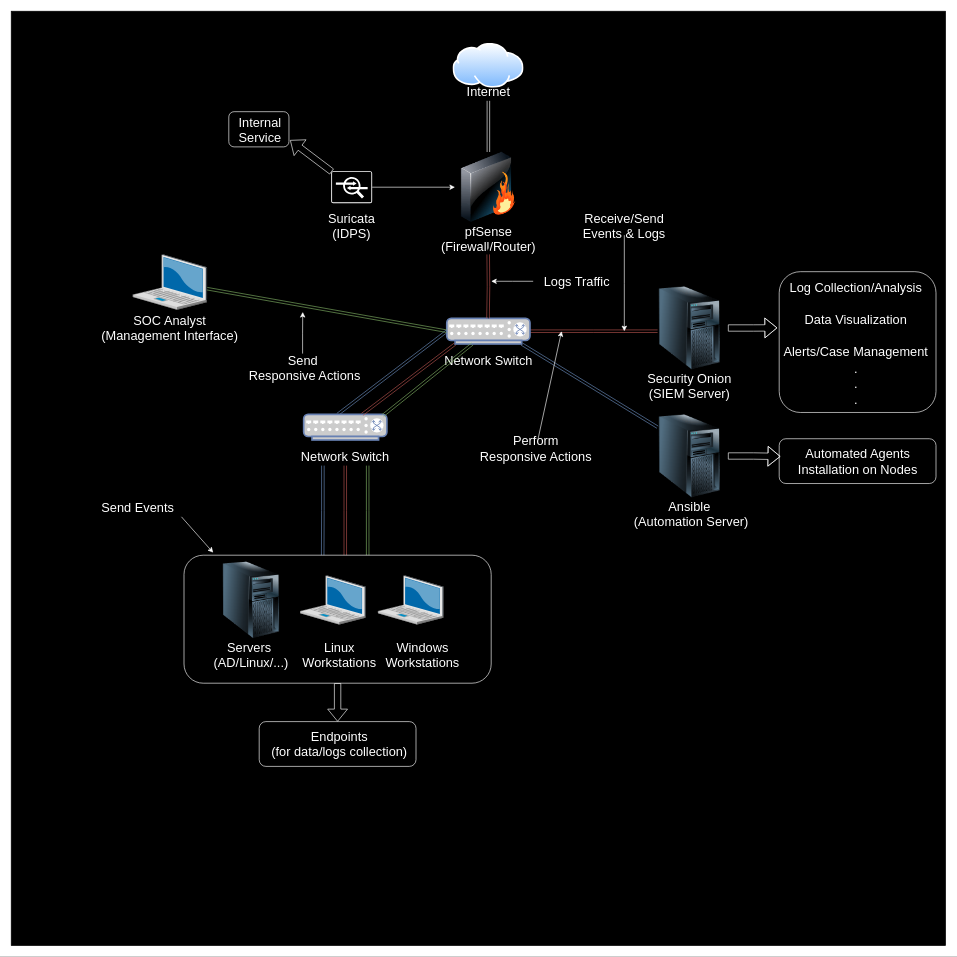
nattycoder/LearnHub-Connect keeps this draw.io diagram as assets/NetworkDiagramSO.drawio. Above is the earlier version. Source tidied: cells renumbered, new cells numbered last; positions are measured from the earlier drawing's top-left corner, leaving out a move shared by most shapes. Both pictures are drawn from the tidied source at 64%, with x=0, y=0 at pixel (11, 11).
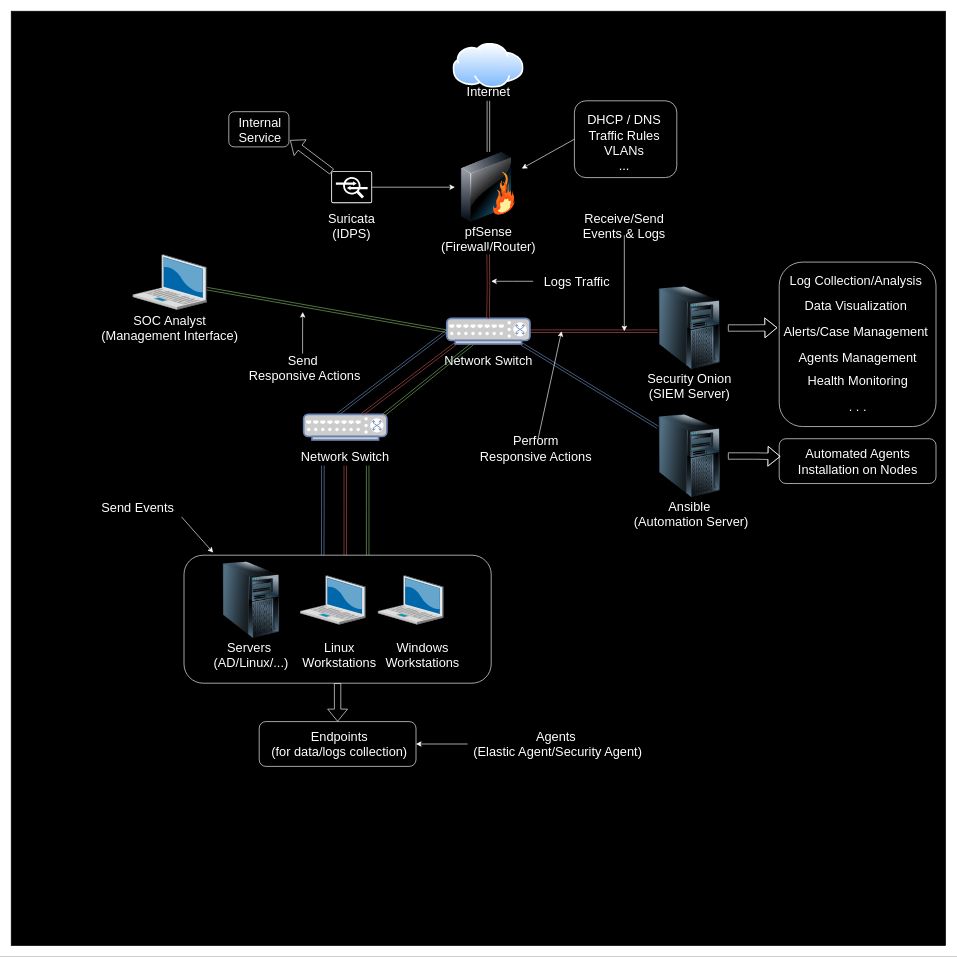
After the change.

Unchanged cells that the change refers to:
```xml
<mxCell id="7" style="image;html=1;image=img/lib/clip_art/networking/Firewall_128x128.png;" parent="6" vertex="1">
  <mxGeometry x="35.6" width="104.4" height="110" as="geometry" />
</mxCell>
<mxCell id="64" style="rounded=1;whiteSpace=wrap;html=1;fillColor=none;strokeColor=#FFFFFF;" parent="1" vertex="1">
  <mxGeometry x="387.5" y="1110" width="245" height="70" as="geometry" />
</mxCell>
```

Diff of the diagram source:
```diff
@@
-    <mxCell id="49" style="group;" parent="1" vertex="1">
-      <mxGeometry x="500" y="250" width="64" height="100" as="geometry" />
-    </mxCell>
-    <mxCell id="50" style="sketch=0;points=[[0.015,0.015,0],[0.985,0.015,0],[0.985,0.985,0],[0.015,0.985,0],[0.25,0,0],[0.5,0,0],[0.75,0,0],[1,0.25,0],[1,0.5,0],[1,0.75,0],[0.75,1,0],[0.5,1,0],[0.25,1,0],[0,0.75,0],[0,0.5,0],[0,0.25,0]];verticalLabelPosition=bottom;html=1;verticalAlign=top;align=center;shape=mxgraph.cisco19.rect;prIcon=ips_ids;fillColor=none;strokeColor=#FFFFFF;" parent="49" vertex="1">
-      <mxGeometry width="64" height="50" as="geometry" />
-    </mxCell>
-    <mxCell id="51" value="&lt;div&gt;&lt;font color=&quot;#ffffff&quot; style=&quot;font-size: 20px;&quot;&gt;Suricata&lt;/font&gt;&lt;/div&gt;&lt;div&gt;&lt;font color=&quot;#ffffff&quot; style=&quot;font-size: 20px;&quot;&gt;(IDPS)&lt;br&gt;&lt;/font&gt;&lt;/div&gt;" style="text;html=1;align=center;verticalAlign=middle;whiteSpace=wrap;rounded=0;" parent="49" vertex="1">
-      <mxGeometry x="2" y="70" width="60" height="30" as="geometry" />
-    </mxCell>
-    <mxCell id="52" style="rounded=0;jettySize=auto;html=1;exitX=0.015;exitY=0.015;exitDx=0;exitDy=0;exitPerimeter=0;entryX=0.961;entryY=0.736;entryDx=0;entryDy=0;entryPerimeter=0;shape=flexArrow;strokeColor=#FFFFFF;" parent="1" edge="1" source="50">
-      <mxGeometry relative="1" as="geometry">
-        <mxPoint x="435.8" y="201.5" as="targetPoint" />
-      </mxGeometry>
-    </mxCell>
     <mxCell id="53" style="group;" parent="1" vertex="1">
-      <mxGeometry x="1200" y="407" width="245" height="220" as="geometry" />
+      <mxGeometry x="1200" y="392" width="250" height="276" as="geometry" />
     </mxCell>
     <mxCell id="54" value="&lt;div&gt;&lt;font color=&quot;#ffffff&quot; style=&quot;font-size: 20px;&quot;&gt;Log Collection/Analysis&lt;br&gt;&lt;/font&gt;&lt;/div&gt;" style="text;html=1;align=center;verticalAlign=middle;whiteSpace=wrap;rounded=0;" parent="53" vertex="1">
-      <mxGeometry x="15" y="10" width="210" height="30" as="geometry" />
+      <mxGeometry x="15" y="11.7" width="210" height="35" as="geometry" />
     </mxCell>
     <mxCell id="55" value="&lt;div&gt;&lt;font color=&quot;#ffffff&quot; style=&quot;font-size: 20px;&quot;&gt;Data Visualization&lt;br&gt;&lt;/font&gt;&lt;/div&gt;" style="text;html=1;align=center;verticalAlign=middle;whiteSpace=wrap;rounded=0;" parent="53" vertex="1">
-      <mxGeometry x="15" y="60" width="210" height="30" as="geometry" />
+      <mxGeometry x="15" y="50" width="210" height="35" as="geometry" />
     </mxCell>
     <mxCell id="56" value="&lt;div&gt;&lt;font color=&quot;#ffffff&quot; style=&quot;font-size: 20px;&quot;&gt;Alerts/Case Management&lt;br&gt;&lt;/font&gt;&lt;/div&gt;" style="text;html=1;align=center;verticalAlign=middle;whiteSpace=wrap;rounded=0;" parent="53" vertex="1">
-      <mxGeometry x="5" y="110" width="230" height="30" as="geometry" />
+      <mxGeometry x="5" y="90" width="230" height="35" as="geometry" />
     </mxCell>
-    <mxCell id="57" value="&lt;div&gt;&lt;font color=&quot;#ffffff&quot; style=&quot;font-size: 20px;&quot;&gt;.&lt;/font&gt;&lt;/div&gt;&lt;div&gt;&lt;font color=&quot;#ffffff&quot; style=&quot;font-size: 20px;&quot;&gt;.&lt;/font&gt;&lt;/div&gt;&lt;div&gt;&lt;font color=&quot;#ffffff&quot; style=&quot;font-size: 20px;&quot;&gt;.&lt;br&gt;&lt;/font&gt;&lt;/div&gt;" style="text;html=1;align=center;verticalAlign=middle;whiteSpace=wrap;rounded=0;" parent="53" vertex="1">
-      <mxGeometry x="5" y="160" width="230" height="30" as="geometry" />
+    <mxCell id="57" value="&lt;div&gt;&lt;font color=&quot;#ffffff&quot; style=&quot;font-size: 20px;&quot;&gt;Agents Management&lt;/font&gt;&lt;/div&gt;" style="text;html=1;align=center;verticalAlign=middle;whiteSpace=wrap;rounded=0;" parent="53" vertex="1">
+      <mxGeometry x="7.5" y="130" width="230" height="35" as="geometry" />
     </mxCell>
+    <mxCell id="76" value="&lt;font color=&quot;#ffffff&quot; style=&quot;font-size: 20px;&quot;&gt;Health Monitoring&lt;/font&gt;" style="text;html=1;align=center;verticalAlign=middle;whiteSpace=wrap;rounded=0;" parent="53" vertex="1">
+      <mxGeometry x="32.5" y="170" width="180" height="30" as="geometry" />
+    </mxCell>
+    <mxCell id="77" value="&lt;font color=&quot;#ffffff&quot; style=&quot;font-size: 20px;&quot;&gt;. . .&lt;br&gt;&lt;/font&gt;" style="text;html=1;align=center;verticalAlign=middle;whiteSpace=wrap;rounded=0;" parent="53" vertex="1">
+      <mxGeometry x="32.5" y="210" width="180" height="30" as="geometry" />
+    </mxCell>
     <mxCell id="58" style="rounded=1;whiteSpace=wrap;html=1;fillColor=none;strokeColor=#FFFFFF;" parent="53" vertex="1">
-      <mxGeometry width="245" height="220" as="geometry" />
+      <mxGeometry width="245" height="257" as="geometry" />
     </mxCell>
+    <mxCell id="49" style="group;" parent="1" vertex="1">
+      <mxGeometry x="500" y="250" width="64" height="100" as="geometry" />
+    </mxCell>
+    <mxCell id="50" style="sketch=0;points=[[0.015,0.015,0],[0.985,0.015,0],[0.985,0.985,0],[0.015,0.985,0],[0.25,0,0],[0.5,0,0],[0.75,0,0],[1,0.25,0],[1,0.5,0],[1,0.75,0],[0.75,1,0],[0.5,1,0],[0.25,1,0],[0,0.75,0],[0,0.5,0],[0,0.25,0]];verticalLabelPosition=bottom;html=1;verticalAlign=top;align=center;shape=mxgraph.cisco19.rect;prIcon=ips_ids;fillColor=none;strokeColor=#FFFFFF;" parent="49" vertex="1">
+      <mxGeometry width="64" height="50" as="geometry" />
+    </mxCell>
+    <mxCell id="51" value="&lt;div&gt;&lt;font color=&quot;#ffffff&quot; style=&quot;font-size: 20px;&quot;&gt;Suricata&lt;/font&gt;&lt;/div&gt;&lt;div&gt;&lt;font color=&quot;#ffffff&quot; style=&quot;font-size: 20px;&quot;&gt;(IDPS)&lt;br&gt;&lt;/font&gt;&lt;/div&gt;" style="text;html=1;align=center;verticalAlign=middle;whiteSpace=wrap;rounded=0;" parent="49" vertex="1">
+      <mxGeometry x="2" y="70" width="60" height="30" as="geometry" />
+    </mxCell>
+    <mxCell id="52" style="rounded=0;jettySize=auto;html=1;exitX=0.015;exitY=0.015;exitDx=0;exitDy=0;exitPerimeter=0;entryX=0.961;entryY=0.736;entryDx=0;entryDy=0;entryPerimeter=0;shape=flexArrow;strokeColor=#FFFFFF;" parent="1" edge="1" source="50">
+      <mxGeometry relative="1" as="geometry">
+        <mxPoint x="435.8" y="201.5" as="targetPoint" />
+      </mxGeometry>
+    </mxCell>
@@
+    <mxCell id="78" style="edgeStyle=orthogonalEdgeStyle;rounded=0;jettySize=auto;html=1;entryX=1;entryY=0.5;entryDx=0;entryDy=0;strokeColor=#FFFFFF;" parent="1" edge="1" source="79" target="64">
+      <mxGeometry relative="1" as="geometry" />
+    </mxCell>
+    <mxCell id="79" value="&lt;div&gt;&lt;font color=&quot;#ffffff&quot; style=&quot;font-size: 20px;&quot;&gt;Agents&lt;/font&gt;&lt;/div&gt;&lt;div&gt;&lt;font color=&quot;#ffffff&quot; style=&quot;font-size: 20px;&quot;&gt;&amp;nbsp;(Elastic Agent/Security Agent)&lt;br&gt;&lt;/font&gt;&lt;/div&gt;" style="text;html=1;align=center;verticalAlign=middle;whiteSpace=wrap;rounded=0;" parent="1" vertex="1">
+      <mxGeometry x="713" y="1130" width="277" height="30" as="geometry" />
+    </mxCell>
+    <mxCell id="80" value="&lt;div&gt;&lt;font color=&quot;#ffffff&quot; style=&quot;font-size: 20px;&quot;&gt;DHCP / DNS&lt;/font&gt;&lt;/div&gt;&lt;div&gt;&lt;font color=&quot;#ffffff&quot; style=&quot;font-size: 20px;&quot;&gt;Traffic Rules&lt;/font&gt;&lt;/div&gt;&lt;div&gt;&lt;font color=&quot;#ffffff&quot; style=&quot;font-size: 20px;&quot;&gt;VLANs&lt;/font&gt;&lt;/div&gt;&lt;div&gt;&lt;font color=&quot;#ffffff&quot; style=&quot;font-size: 20px;&quot;&gt;...&lt;br&gt;&lt;/font&gt;&lt;/div&gt;" style="text;html=1;align=center;verticalAlign=middle;whiteSpace=wrap;rounded=0;" parent="1" vertex="1">
+      <mxGeometry x="890" y="190" width="136" height="30" as="geometry" />
+    </mxCell>
+    <mxCell id="81" style="rounded=0;jettySize=auto;html=1;exitX=0;exitY=0.5;exitDx=0;exitDy=0;strokeColor=#FFFFFF;" parent="1" edge="1" source="82" target="7">
+      <mxGeometry relative="1" as="geometry" />
+    </mxCell>
+    <mxCell id="82" style="rounded=1;whiteSpace=wrap;html=1;fillColor=none;strokeColor=#FFFFFF;" parent="1" vertex="1">
+      <mxGeometry x="880" y="140" width="160" height="120" as="geometry" />
+    </mxCell>
```
